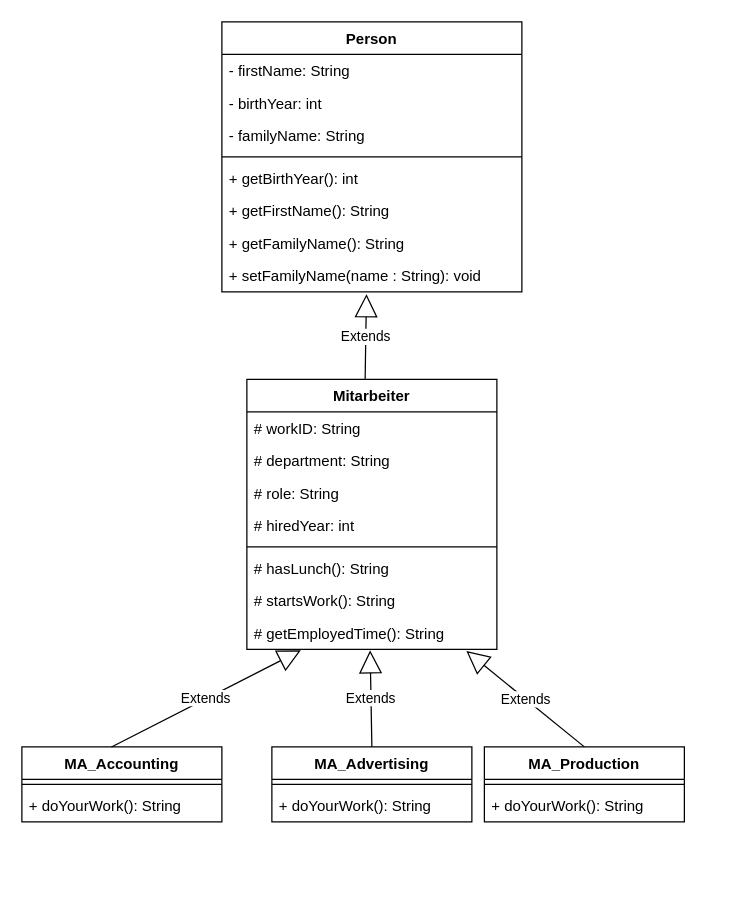
Before: page "var_2" (2 of 2) of muster_MA.drawio in archive-OOP-2307/03b_CodeLab_03, a draw.io diagram. Source tidied: cells renumbered, new cells numbered last; positions are measured from the earlier drawing's top-left corner, leaving out a move shared by most shapes. Both pictures are drawn from the tidied source at 125%, with x=0, y=0 at pixel (21, 21).
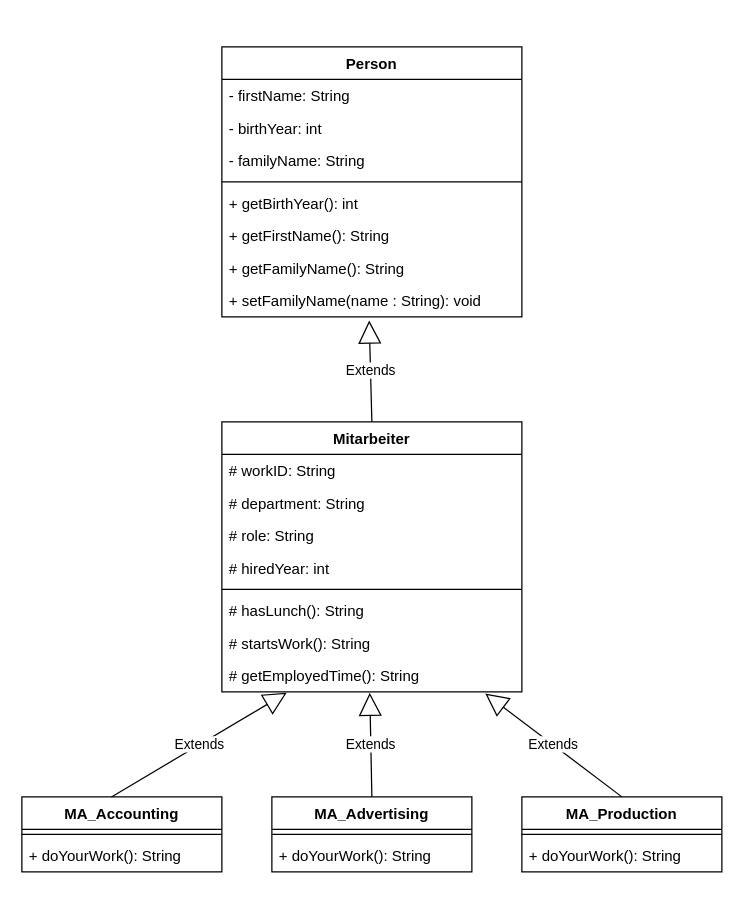
The same page after the edit.

The change refers to these unchanged cells:
```xml
<mxCell id="31" value="+ setFamilyName(name : String): void" style="text;strokeColor=none;fillColor=none;align=left;verticalAlign=top;spacingLeft=4;spacingRight=4;overflow=hidden;points=[[0,0.5],[1,0.5]];portConstraint=eastwest;" parent="23" vertex="1">
  <mxGeometry y="190" width="240" height="26" as="geometry" />
</mxCell>
```

Change to the diagram source:
```diff
@@
     <mxCell id="2" value="Mitarbeiter" style="swimlane;fontStyle=1;align=center;verticalAlign=top;horizontal=1;startSize=26;" parent="1" vertex="1">
-      <mxGeometry x="180" y="286" width="200" height="216" as="geometry" />
+      <mxGeometry x="160" y="320" width="240" height="216" as="geometry" />
     </mxCell>
     <mxCell id="3" value="# workID: String" style="text;strokeColor=none;fillColor=none;align=left;verticalAlign=top;spacingLeft=4;spacingRight=4;overflow=hidden;" parent="2" vertex="1">
-      <mxGeometry y="26" width="200" height="26" as="geometry" />
+      <mxGeometry y="26" width="240" height="26" as="geometry" />
     </mxCell>
     <mxCell id="4" value="# department: String" style="text;strokeColor=none;fillColor=none;align=left;verticalAlign=top;spacingLeft=4;spacingRight=4;overflow=hidden;" parent="2" vertex="1">
-      <mxGeometry y="52" width="200" height="26" as="geometry" />
+      <mxGeometry y="52" width="240" height="26" as="geometry" />
     </mxCell>
     <mxCell id="5" value="# role: String" style="text;strokeColor=none;fillColor=none;align=left;verticalAlign=top;spacingLeft=4;spacingRight=4;overflow=hidden;" parent="2" vertex="1">
-      <mxGeometry y="78" width="200" height="26" as="geometry" />
+      <mxGeometry y="78" width="240" height="26" as="geometry" />
     </mxCell>
     <mxCell id="6" value="# hiredYear: int" style="text;strokeColor=none;fillColor=none;align=left;verticalAlign=top;spacingLeft=4;spacingRight=4;overflow=hidden;" parent="2" vertex="1">
-      <mxGeometry y="104" width="200" height="26" as="geometry" />
+      <mxGeometry y="104" width="240" height="26" as="geometry" />
     </mxCell>
     <mxCell id="7" style="line;strokeWidth=1;fillColor=none;align=left;verticalAlign=middle;spacingTop=-1;spacingLeft=3;spacingRight=3;labelPosition=right;" parent="2" vertex="1">
-      <mxGeometry y="130" width="200" height="8" as="geometry" />
+      <mxGeometry y="130" width="240" height="8" as="geometry" />
     </mxCell>
     <mxCell id="8" value="# hasLunch(): String" style="text;strokeColor=none;fillColor=none;align=left;verticalAlign=top;spacingLeft=4;spacingRight=4;overflow=hidden;" parent="2" vertex="1">
-      <mxGeometry y="138" width="200" height="26" as="geometry" />
+      <mxGeometry y="138" width="240" height="26" as="geometry" />
     </mxCell>
     <mxCell id="9" value="# startsWork(): String" style="text;strokeColor=none;fillColor=none;align=left;verticalAlign=top;spacingLeft=4;spacingRight=4;overflow=hidden;" parent="2" vertex="1">
-      <mxGeometry y="164" width="200" height="26" as="geometry" />
+      <mxGeometry y="164" width="240" height="26" as="geometry" />
     </mxCell>
     <mxCell id="10" value="# getEmployedTime(): String" style="text;strokeColor=none;fillColor=none;align=left;verticalAlign=top;spacingLeft=4;spacingRight=4;overflow=hidden;points=[[0,0.5],[1,0.5]];portConstraint=eastwest;" parent="2" vertex="1">
-      <mxGeometry y="190" width="200" height="26" as="geometry" />
+      <mxGeometry y="190" width="240" height="26" as="geometry" />
     </mxCell>
     <mxCell id="11" value="MA_Accounting" style="swimlane;fontStyle=1;align=center;verticalAlign=top;horizontal=1;startSize=26;" parent="1" vertex="1">
-      <mxGeometry y="580" width="160" height="60" as="geometry" />
+      <mxGeometry y="620" width="160" height="60" as="geometry" />
     </mxCell>
@@
     <mxCell id="14" value="MA_Advertising" style="swimlane;fontStyle=1;align=center;verticalAlign=top;horizontal=1;startSize=26;" parent="1" vertex="1">
-      <mxGeometry x="200" y="580" width="160" height="60" as="geometry" />
+      <mxGeometry x="200" y="620" width="160" height="60" as="geometry" />
     </mxCell>
@@
     <mxCell id="17" value="MA_Production" style="swimlane;fontStyle=1;align=center;verticalAlign=top;horizontal=1;startSize=26;" parent="1" vertex="1">
-      <mxGeometry x="370" y="580" width="160" height="60" as="geometry" />
+      <mxGeometry x="400" y="620" width="160" height="60" as="geometry" />
     </mxCell>
@@
     <mxCell id="23" value="Person" style="swimlane;fontStyle=1;align=center;verticalAlign=top;horizontal=1;startSize=26;" parent="1" vertex="1">
-      <mxGeometry x="160" width="240" height="216" as="geometry" />
+      <mxGeometry x="160" y="20" width="240" height="216" as="geometry" />
     </mxCell>
@@
-    <mxCell id="32" value="Extends" style="endArrow=block;endSize=16;endFill=0;html=1;entryX=0.482;entryY=1.07;entryDx=0;entryDy=0;entryPerimeter=0;exitX=0.473;exitY=0.002;exitDx=0;exitDy=0;exitPerimeter=0;" parent="1" edge="1" source="2" target="31">
+    <mxCell id="32" value="Extends" style="endArrow=block;endSize=16;endFill=0;html=1;exitX=0.5;exitY=0;exitDx=0;exitDy=0;entryX=0.491;entryY=1.112;entryDx=0;entryDy=0;entryPerimeter=0;" parent="1" edge="1" source="2" target="31">
       <mxGeometry relative="1" as="geometry" />
     </mxCell>
```
